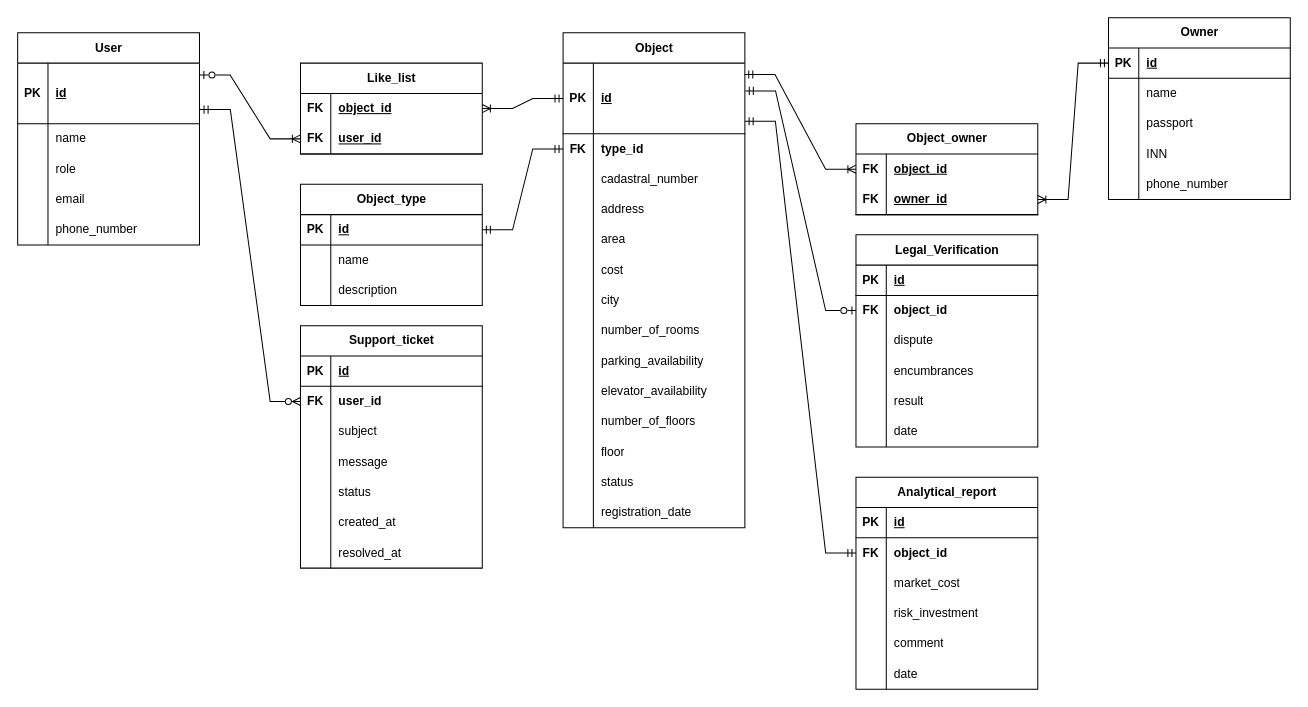
Earlier version of the draw.io diagram ПИС/6ER.drawio (Shumila71/6th_term). Source tidied: cells renumbered, new cells numbered last; positions are measured from the earlier drawing's top-left corner, leaving out a move shared by most shapes. Both pictures are drawn from the tidied source at 101%, with x=0, y=0 at pixel (17, 17).
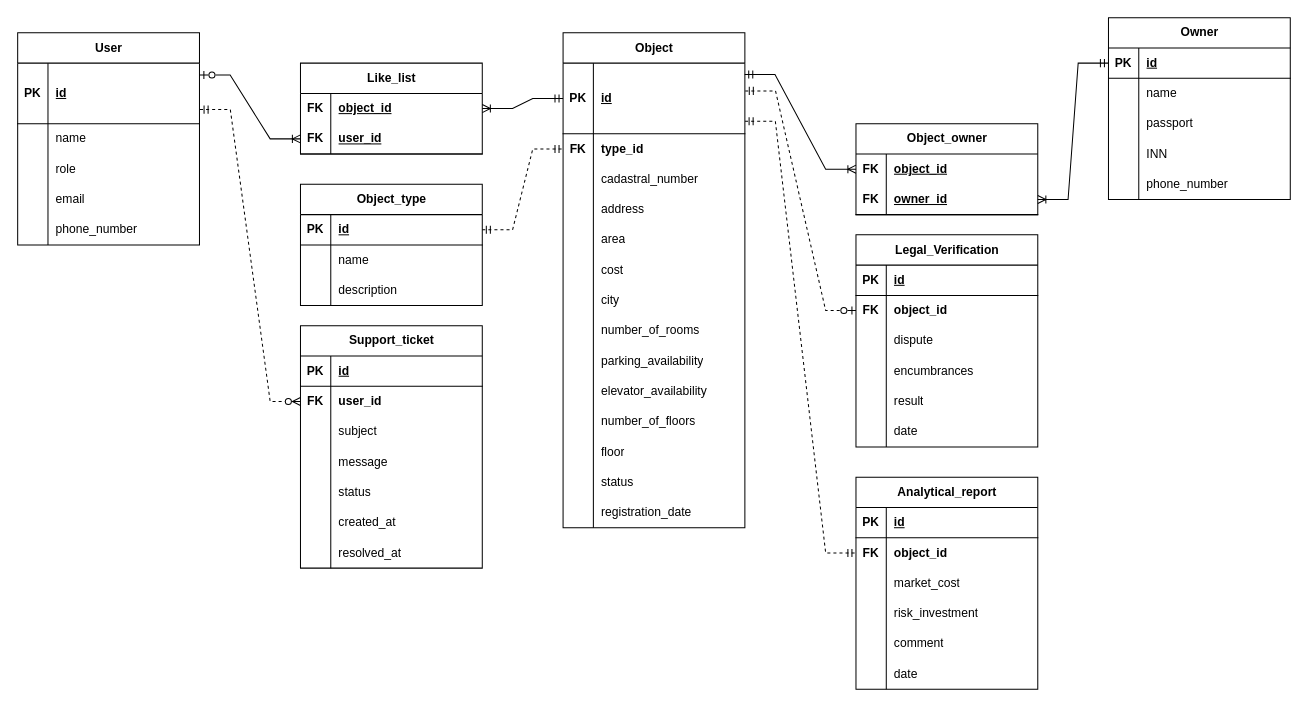
After the change.

Unchanged cells that the change refers to:
```xml
<mxCell id="3" style="shape=tableRow;horizontal=0;startSize=0;swimlaneHead=0;swimlaneBody=0;fillColor=none;points=[[0,0.5],[1,0.5]];portConstraint=eastwest;top=0;left=0;right=0;bottom=1;" parent="2" vertex="1">
  <mxGeometry y="30" width="180" height="70" as="geometry" />
</mxCell>
<mxCell id="6" style="shape=tableRow;horizontal=0;startSize=0;swimlaneHead=0;swimlaneBody=0;fillColor=none;points=[[0,0.5],[1,0.5]];portConstraint=eastwest;top=0;left=0;right=0;bottom=0;" parent="2" vertex="1">
  <mxGeometry y="100" width="180" height="30" as="geometry" />
</mxCell>
<mxCell id="66" style="shape=tableRow;horizontal=0;startSize=0;swimlaneHead=0;swimlaneBody=0;fillColor=none;points=[[0,0.5],[1,0.5]];portConstraint=eastwest;top=0;left=0;right=0;bottom=0;" parent="62" vertex="1">
  <mxGeometry y="60" width="180" height="30" as="geometry" />
</mxCell>
<mxCell id="94" style="shape=tableRow;horizontal=0;startSize=0;swimlaneHead=0;swimlaneBody=0;fillColor=none;points=[[0,0.5],[1,0.5]];portConstraint=eastwest;top=0;left=0;right=0;bottom=0;" parent="90" vertex="1">
  <mxGeometry y="60" width="180" height="30" as="geometry" />
</mxCell>
<mxCell id="111" style="shape=tableRow;horizontal=0;startSize=0;swimlaneHead=0;swimlaneBody=0;fillColor=none;points=[[0,0.5],[1,0.5]];portConstraint=eastwest;top=0;left=0;right=0;bottom=1;" parent="110" vertex="1">
  <mxGeometry y="30" width="180" height="60" as="geometry" />
</mxCell>
<mxCell id="136" style="shape=tableRow;horizontal=0;startSize=0;swimlaneHead=0;swimlaneBody=0;fillColor=none;points=[[0,0.5],[1,0.5]];portConstraint=eastwest;top=0;left=0;right=0;bottom=1;" parent="135" vertex="1">
  <mxGeometry y="30" width="180" height="30" as="geometry" />
</mxCell>
<mxCell id="150" style="shape=tableRow;horizontal=0;startSize=0;swimlaneHead=0;swimlaneBody=0;fillColor=none;points=[[0,0.5],[1,0.5]];portConstraint=eastwest;top=0;left=0;right=0;bottom=0;" parent="146" vertex="1">
  <mxGeometry y="60" width="180" height="30" as="geometry" />
</mxCell>
```

The edit, as a diff of the source:
```diff
@@
-    <mxCell id="89" style="edgeStyle=entityRelationEdgeStyle;shape=connector;rounded=0;jettySize=auto;html=1;exitX=1.002;exitY=0.393;exitDx=0;exitDy=0;entryX=0;entryY=0.5;entryDx=0;entryDy=0;strokeColor=default;align=center;verticalAlign=middle;fontFamily=Helvetica;fontSize=11;fontColor=default;labelBackgroundColor=default;startArrow=ERmandOne;startFill=0;endArrow=ERzeroToOne;endFill=0;exitPerimeter=0;" parent="1" edge="1" source="3" target="66">
+    <mxCell id="89" style="edgeStyle=entityRelationEdgeStyle;shape=connector;rounded=0;jettySize=auto;html=1;exitX=1.002;exitY=0.393;exitDx=0;exitDy=0;entryX=0;entryY=0.5;entryDx=0;entryDy=0;strokeColor=default;align=center;verticalAlign=middle;fontFamily=Helvetica;fontSize=11;fontColor=default;labelBackgroundColor=default;startArrow=ERmandOne;startFill=0;endArrow=ERzeroToOne;endFill=0;exitPerimeter=0;dashed=1;" parent="1" edge="1" source="3" target="66">
       <mxGeometry relative="1" as="geometry" />
     </mxCell>
@@
-    <mxCell id="109" style="edgeStyle=entityRelationEdgeStyle;shape=connector;rounded=0;jettySize=auto;html=1;entryX=0;entryY=0.5;entryDx=0;entryDy=0;strokeColor=default;align=center;verticalAlign=middle;fontFamily=Helvetica;fontSize=11;fontColor=default;labelBackgroundColor=default;startArrow=ERmandOne;startFill=0;endArrow=ERmandOne;endFill=0;exitX=1.001;exitY=0.822;exitDx=0;exitDy=0;exitPerimeter=0;" parent="1" edge="1" source="3" target="94">
+    <mxCell id="109" style="edgeStyle=entityRelationEdgeStyle;shape=connector;rounded=0;jettySize=auto;html=1;entryX=0;entryY=0.5;entryDx=0;entryDy=0;strokeColor=default;align=center;verticalAlign=middle;fontFamily=Helvetica;fontSize=11;fontColor=default;labelBackgroundColor=default;startArrow=ERmandOne;startFill=0;endArrow=ERmandOne;endFill=0;exitX=1.001;exitY=0.822;exitDx=0;exitDy=0;exitPerimeter=0;dashed=1;" parent="1" edge="1" source="3" target="94">
       <mxGeometry relative="1" as="geometry" />
     </mxCell>
@@
-    <mxCell id="145" style="edgeStyle=entityRelationEdgeStyle;shape=connector;rounded=0;jettySize=auto;html=1;exitX=1;exitY=0.5;exitDx=0;exitDy=0;entryX=0;entryY=0.5;entryDx=0;entryDy=0;strokeColor=default;align=center;verticalAlign=middle;fontFamily=Helvetica;fontSize=11;fontColor=default;labelBackgroundColor=default;startArrow=ERmandOne;startFill=0;endArrow=ERmandOne;endFill=0;" parent="1" edge="1" source="136" target="6">
+    <mxCell id="145" style="edgeStyle=entityRelationEdgeStyle;shape=connector;rounded=0;jettySize=auto;html=1;exitX=1;exitY=0.5;exitDx=0;exitDy=0;entryX=0;entryY=0.5;entryDx=0;entryDy=0;strokeColor=default;align=center;verticalAlign=middle;fontFamily=Helvetica;fontSize=11;fontColor=default;labelBackgroundColor=default;startArrow=ERmandOne;startFill=0;endArrow=ERmandOne;endFill=0;dashed=1;" parent="1" edge="1" source="136" target="6">
       <mxGeometry relative="1" as="geometry" />
     </mxCell>
@@
-    <mxCell id="168" style="edgeStyle=entityRelationEdgeStyle;shape=connector;rounded=0;jettySize=auto;html=1;exitX=1.003;exitY=0.767;exitDx=0;exitDy=0;entryX=0;entryY=0.5;entryDx=0;entryDy=0;strokeColor=default;align=center;verticalAlign=middle;fontFamily=Helvetica;fontSize=11;fontColor=default;labelBackgroundColor=default;startArrow=ERmandOne;startFill=0;endArrow=ERzeroToMany;endFill=0;exitPerimeter=0;" parent="1" edge="1" source="111" target="150">
+    <mxCell id="168" style="edgeStyle=entityRelationEdgeStyle;shape=connector;rounded=0;jettySize=auto;html=1;exitX=1.003;exitY=0.767;exitDx=0;exitDy=0;entryX=0;entryY=0.5;entryDx=0;entryDy=0;strokeColor=default;align=center;verticalAlign=middle;fontFamily=Helvetica;fontSize=11;fontColor=default;labelBackgroundColor=default;startArrow=ERmandOne;startFill=0;endArrow=ERzeroToMany;endFill=0;exitPerimeter=0;dashed=1;" parent="1" edge="1" source="111" target="150">
       <mxGeometry relative="1" as="geometry" />
     </mxCell>
```
